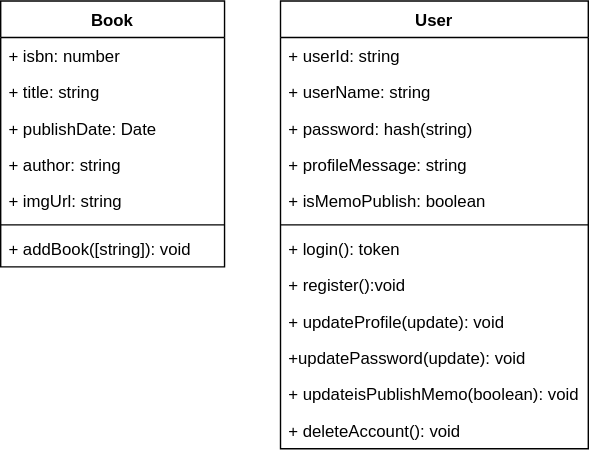
Above: _docs/UML/class.drawio.svg in ar4rpon/practice_docker (draw.io), before the change. Source tidied: cells renumbered, new cells last; positions are measured from the earlier drawing's top-left corner, leaving out a move shared by most shapes.
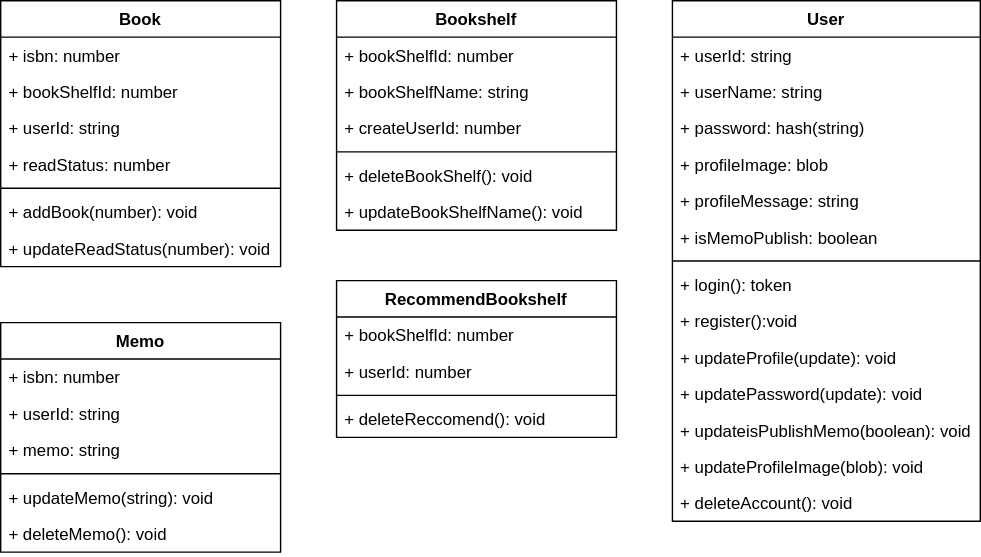
Later version of the same file.

Diff of the diagram source:
```diff
@@ -3,31 +3,31 @@
     <mxCell id="0" />
     <mxCell id="1" parent="0" />
     <mxCell id="2" value="Book" style="swimlane;fontStyle=1;align=center;verticalAlign=top;horizontal=1;startSize=26;" parent="1" vertex="1">
-      <mxGeometry width="160" height="190" as="geometry" />
+      <mxGeometry width="200" height="190" as="geometry" />
     </mxCell>
     <mxCell id="3" value="+ isbn: number" style="text;strokeColor=none;fillColor=none;align=left;verticalAlign=top;spacingLeft=4;spacingRight=4;overflow=hidden;" parent="2" vertex="1">
-      <mxGeometry y="26" width="160" height="26" as="geometry" />
+      <mxGeometry y="26" width="200" height="26" as="geometry" />
     </mxCell>
-    <mxCell id="4" value="+ title: string" style="text;strokeColor=none;fillColor=none;align=left;verticalAlign=top;spacingLeft=4;spacingRight=4;overflow=hidden;" parent="2" vertex="1">
-      <mxGeometry y="52" width="160" height="26" as="geometry" />
+    <mxCell id="4" value="+ bookShelfId: number" style="text;strokeColor=none;fillColor=none;align=left;verticalAlign=top;spacingLeft=4;spacingRight=4;overflow=hidden;" parent="2" vertex="1">
+      <mxGeometry y="52" width="200" height="26" as="geometry" />
     </mxCell>
-    <mxCell id="5" value="+ publishDate: Date" style="text;strokeColor=none;fillColor=none;align=left;verticalAlign=top;spacingLeft=4;spacingRight=4;overflow=hidden;" parent="2" vertex="1">
-      <mxGeometry y="78" width="160" height="26" as="geometry" />
-    </mxCell>
-    <mxCell id="6" value="+ author: string" style="text;strokeColor=none;fillColor=none;align=left;verticalAlign=top;spacingLeft=4;spacingRight=4;overflow=hidden;" parent="2" vertex="1">
-      <mxGeometry y="104" width="160" height="26" as="geometry" />
-    </mxCell>
-    <mxCell id="7" value="+ imgUrl: string" style="text;strokeColor=none;fillColor=none;align=left;verticalAlign=top;spacingLeft=4;spacingRight=4;overflow=hidden;" parent="2" vertex="1">
-      <mxGeometry y="130" width="160" height="26" as="geometry" />
-    </mxCell>
+    <mxCell id="23" value="+ userId: string" style="text;strokeColor=none;fillColor=none;align=left;verticalAlign=top;spacingLeft=4;spacingRight=4;overflow=hidden;" parent="2" vertex="1">
+      <mxGeometry y="78" width="200" height="26" as="geometry" />
+    </mxCell>
+    <mxCell id="24" value="+ readStatus: number" style="text;strokeColor=none;fillColor=none;align=left;verticalAlign=top;spacingLeft=4;spacingRight=4;overflow=hidden;" parent="2" vertex="1">
+      <mxGeometry y="104" width="200" height="26" as="geometry" />
+    </mxCell>
     <mxCell id="8" style="line;strokeWidth=1;fillColor=none;align=left;verticalAlign=middle;spacingTop=-1;spacingLeft=3;spacingRight=3;labelPosition=right;strokeColor=inherit;" parent="2" vertex="1">
-      <mxGeometry y="156" width="160" height="8" as="geometry" />
+      <mxGeometry y="130" width="200" height="8" as="geometry" />
     </mxCell>
-    <mxCell id="9" value="+ addBook([string]): void" style="text;strokeColor=none;fillColor=none;align=left;verticalAlign=top;spacingLeft=4;spacingRight=4;overflow=hidden;" parent="2" vertex="1">
-      <mxGeometry y="164" width="160" height="26" as="geometry" />
+    <mxCell id="9" value="+ addBook(number): void" style="text;strokeColor=none;fillColor=none;align=left;verticalAlign=top;spacingLeft=4;spacingRight=4;overflow=hidden;" parent="2" vertex="1">
+      <mxGeometry y="138" width="200" height="26" as="geometry" />
     </mxCell>
+    <mxCell id="25" value="+ updateReadStatus(number): void" style="text;strokeColor=none;fillColor=none;align=left;verticalAlign=top;spacingLeft=4;spacingRight=4;overflow=hidden;" parent="2" vertex="1">
+      <mxGeometry y="164" width="200" height="26" as="geometry" />
+    </mxCell>
     <mxCell id="10" value="User" style="swimlane;fontStyle=1;align=center;verticalAlign=top;horizontal=1;startSize=26;" parent="1" vertex="1">
-      <mxGeometry x="200" width="220" height="320" as="geometry" />
+      <mxGeometry x="480" width="220" height="372" as="geometry" />
     </mxCell>
     <mxCell id="11" value="+ userId: string" style="text;strokeColor=none;fillColor=none;align=left;verticalAlign=top;spacingLeft=4;spacingRight=4;overflow=hidden;" parent="10" vertex="1">
       <mxGeometry y="26" width="220" height="26" as="geometry" />
@@ -38,32 +38,95 @@
     <mxCell id="13" value="+ password: hash(string)" style="text;strokeColor=none;fillColor=none;align=left;verticalAlign=top;spacingLeft=4;spacingRight=4;overflow=hidden;" parent="10" vertex="1">
       <mxGeometry y="78" width="220" height="26" as="geometry" />
     </mxCell>
+    <mxCell id="26" value="+ profileImage: blob" style="text;strokeColor=none;fillColor=none;align=left;verticalAlign=top;spacingLeft=4;spacingRight=4;overflow=hidden;" parent="10" vertex="1">
+      <mxGeometry y="104" width="220" height="26" as="geometry" />
+    </mxCell>
     <mxCell id="14" value="+ profileMessage: string" style="text;strokeColor=none;fillColor=none;align=left;verticalAlign=top;spacingLeft=4;spacingRight=4;overflow=hidden;" parent="10" vertex="1">
-      <mxGeometry y="104" width="220" height="26" as="geometry" />
+      <mxGeometry y="130" width="220" height="26" as="geometry" />
     </mxCell>
     <mxCell id="15" value="+ isMemoPublish: boolean" style="text;strokeColor=none;fillColor=none;align=left;verticalAlign=top;spacingLeft=4;spacingRight=4;overflow=hidden;" parent="10" vertex="1">
-      <mxGeometry y="130" width="220" height="26" as="geometry" />
+      <mxGeometry y="156" width="220" height="26" as="geometry" />
     </mxCell>
     <mxCell id="16" style="line;strokeWidth=1;fillColor=none;align=left;verticalAlign=middle;spacingTop=-1;spacingLeft=3;spacingRight=3;labelPosition=right;strokeColor=inherit;" parent="10" vertex="1">
-      <mxGeometry y="156" width="220" height="8" as="geometry" />
+      <mxGeometry y="182" width="220" height="8" as="geometry" />
     </mxCell>
     <mxCell id="17" value="+ login(): token" style="text;strokeColor=none;fillColor=none;align=left;verticalAlign=top;spacingLeft=4;spacingRight=4;overflow=hidden;" parent="10" vertex="1">
-      <mxGeometry y="164" width="220" height="26" as="geometry" />
+      <mxGeometry y="190" width="220" height="26" as="geometry" />
     </mxCell>
     <mxCell id="18" value="+ register():void " style="text;strokeColor=none;fillColor=none;align=left;verticalAlign=top;spacingLeft=4;spacingRight=4;overflow=hidden;" parent="10" vertex="1">
-      <mxGeometry y="190" width="220" height="26" as="geometry" />
+      <mxGeometry y="216" width="220" height="26" as="geometry" />
     </mxCell>
     <mxCell id="19" value="+ updateProfile(update): void" style="text;strokeColor=none;fillColor=none;align=left;verticalAlign=top;spacingLeft=4;spacingRight=4;overflow=hidden;" parent="10" vertex="1">
-      <mxGeometry y="216" width="220" height="26" as="geometry" />
+      <mxGeometry y="242" width="220" height="26" as="geometry" />
     </mxCell>
-    <mxCell id="20" value="+updatePassword(update): void" style="text;strokeColor=none;fillColor=none;align=left;verticalAlign=top;spacingLeft=4;spacingRight=4;overflow=hidden;" parent="10" vertex="1">
-      <mxGeometry y="242" width="220" height="26" as="geometry" />
+    <mxCell id="20" value="+ updatePassword(update): void" style="text;strokeColor=none;fillColor=none;align=left;verticalAlign=top;spacingLeft=4;spacingRight=4;overflow=hidden;" parent="10" vertex="1">
+      <mxGeometry y="268" width="220" height="26" as="geometry" />
     </mxCell>
     <mxCell id="21" value="+ updateisPublishMemo(boolean): void" style="text;strokeColor=none;fillColor=none;align=left;verticalAlign=top;spacingLeft=4;spacingRight=4;overflow=hidden;" parent="10" vertex="1">
-      <mxGeometry y="268" width="220" height="26" as="geometry" />
+      <mxGeometry y="294" width="220" height="26" as="geometry" />
     </mxCell>
+    <mxCell id="27" value="+ updateProfileImage(blob): void" style="text;strokeColor=none;fillColor=none;align=left;verticalAlign=top;spacingLeft=4;spacingRight=4;overflow=hidden;" parent="10" vertex="1">
+      <mxGeometry y="320" width="220" height="26" as="geometry" />
+    </mxCell>
     <mxCell id="22" value="+ deleteAccount(): void" style="text;strokeColor=none;fillColor=none;align=left;verticalAlign=top;spacingLeft=4;spacingRight=4;overflow=hidden;" parent="10" vertex="1">
-      <mxGeometry y="294" width="220" height="26" as="geometry" />
+      <mxGeometry y="346" width="220" height="26" as="geometry" />
     </mxCell>
+    <mxCell id="28" value="Memo" style="swimlane;fontStyle=1;align=center;verticalAlign=top;horizontal=1;startSize=26;" parent="1" vertex="1">
+      <mxGeometry y="230" width="200" height="164" as="geometry" />
+    </mxCell>
+    <mxCell id="29" value="+ isbn: number" style="text;strokeColor=none;fillColor=none;align=left;verticalAlign=top;spacingLeft=4;spacingRight=4;overflow=hidden;" parent="28" vertex="1">
+      <mxGeometry y="26" width="200" height="26" as="geometry" />
+    </mxCell>
+    <mxCell id="30" value="+ userId: string" style="text;strokeColor=none;fillColor=none;align=left;verticalAlign=top;spacingLeft=4;spacingRight=4;overflow=hidden;" parent="28" vertex="1">
+      <mxGeometry y="52" width="200" height="26" as="geometry" />
+    </mxCell>
+    <mxCell id="31" value="+ memo: string" style="text;strokeColor=none;fillColor=none;align=left;verticalAlign=top;spacingLeft=4;spacingRight=4;overflow=hidden;" parent="28" vertex="1">
+      <mxGeometry y="78" width="200" height="26" as="geometry" />
+    </mxCell>
+    <mxCell id="32" style="line;strokeWidth=1;fillColor=none;align=left;verticalAlign=middle;spacingTop=-1;spacingLeft=3;spacingRight=3;labelPosition=right;strokeColor=inherit;" parent="28" vertex="1">
+      <mxGeometry y="104" width="200" height="8" as="geometry" />
+    </mxCell>
+    <mxCell id="33" value="+ updateMemo(string): void" style="text;strokeColor=none;fillColor=none;align=left;verticalAlign=top;spacingLeft=4;spacingRight=4;overflow=hidden;" parent="28" vertex="1">
+      <mxGeometry y="112" width="200" height="26" as="geometry" />
+    </mxCell>
+    <mxCell id="34" value="+ deleteMemo(): void" style="text;strokeColor=none;fillColor=none;align=left;verticalAlign=top;spacingLeft=4;spacingRight=4;overflow=hidden;" parent="28" vertex="1">
+      <mxGeometry y="138" width="200" height="26" as="geometry" />
+    </mxCell>
+    <mxCell id="35" value="Bookshelf" style="swimlane;fontStyle=1;align=center;verticalAlign=top;horizontal=1;startSize=26;" parent="1" vertex="1">
+      <mxGeometry x="240" width="200" height="164" as="geometry" />
+    </mxCell>
+    <mxCell id="36" value="+ bookShelfId: number" style="text;strokeColor=none;fillColor=none;align=left;verticalAlign=top;spacingLeft=4;spacingRight=4;overflow=hidden;" parent="35" vertex="1">
+      <mxGeometry y="26" width="200" height="26" as="geometry" />
+    </mxCell>
+    <mxCell id="37" value="+ bookShelfName: string" style="text;strokeColor=none;fillColor=none;align=left;verticalAlign=top;spacingLeft=4;spacingRight=4;overflow=hidden;" parent="35" vertex="1">
+      <mxGeometry y="52" width="200" height="26" as="geometry" />
+    </mxCell>
+    <mxCell id="38" value="+ createUserId: number" style="text;strokeColor=none;fillColor=none;align=left;verticalAlign=top;spacingLeft=4;spacingRight=4;overflow=hidden;" parent="35" vertex="1">
+      <mxGeometry y="78" width="200" height="26" as="geometry" />
+    </mxCell>
+    <mxCell id="39" style="line;strokeWidth=1;fillColor=none;align=left;verticalAlign=middle;spacingTop=-1;spacingLeft=3;spacingRight=3;labelPosition=right;strokeColor=inherit;" parent="35" vertex="1">
+      <mxGeometry y="104" width="200" height="8" as="geometry" />
+    </mxCell>
+    <mxCell id="40" value="+ deleteBookShelf(): void" style="text;strokeColor=none;fillColor=none;align=left;verticalAlign=top;spacingLeft=4;spacingRight=4;overflow=hidden;" parent="35" vertex="1">
+      <mxGeometry y="112" width="200" height="26" as="geometry" />
+    </mxCell>
+    <mxCell id="41" value="+ updateBookShelfName(): void" style="text;strokeColor=none;fillColor=none;align=left;verticalAlign=top;spacingLeft=4;spacingRight=4;overflow=hidden;" parent="35" vertex="1">
+      <mxGeometry y="138" width="200" height="26" as="geometry" />
+    </mxCell>
+    <mxCell id="42" value="RecommendBookshelf" style="swimlane;fontStyle=1;align=center;verticalAlign=top;horizontal=1;startSize=26;" parent="1" vertex="1">
+      <mxGeometry x="240" y="200" width="200" height="112" as="geometry" />
+    </mxCell>
+    <mxCell id="43" value="+ bookShelfId: number" style="text;strokeColor=none;fillColor=none;align=left;verticalAlign=top;spacingLeft=4;spacingRight=4;overflow=hidden;" parent="42" vertex="1">
+      <mxGeometry y="26" width="200" height="26" as="geometry" />
+    </mxCell>
+    <mxCell id="44" value="+ userId: number" style="text;strokeColor=none;fillColor=none;align=left;verticalAlign=top;spacingLeft=4;spacingRight=4;overflow=hidden;" parent="42" vertex="1">
+      <mxGeometry y="52" width="200" height="26" as="geometry" />
+    </mxCell>
+    <mxCell id="45" style="line;strokeWidth=1;fillColor=none;align=left;verticalAlign=middle;spacingTop=-1;spacingLeft=3;spacingRight=3;labelPosition=right;strokeColor=inherit;" parent="42" vertex="1">
+      <mxGeometry y="78" width="200" height="8" as="geometry" />
+    </mxCell>
+    <mxCell id="46" value="+ deleteReccomend(): void" style="text;strokeColor=none;fillColor=none;align=left;verticalAlign=top;spacingLeft=4;spacingRight=4;overflow=hidden;" parent="42" vertex="1">
+      <mxGeometry y="86" width="200" height="26" as="geometry" />
+    </mxCell>
   </root>
 </mxGraphModel>
```
